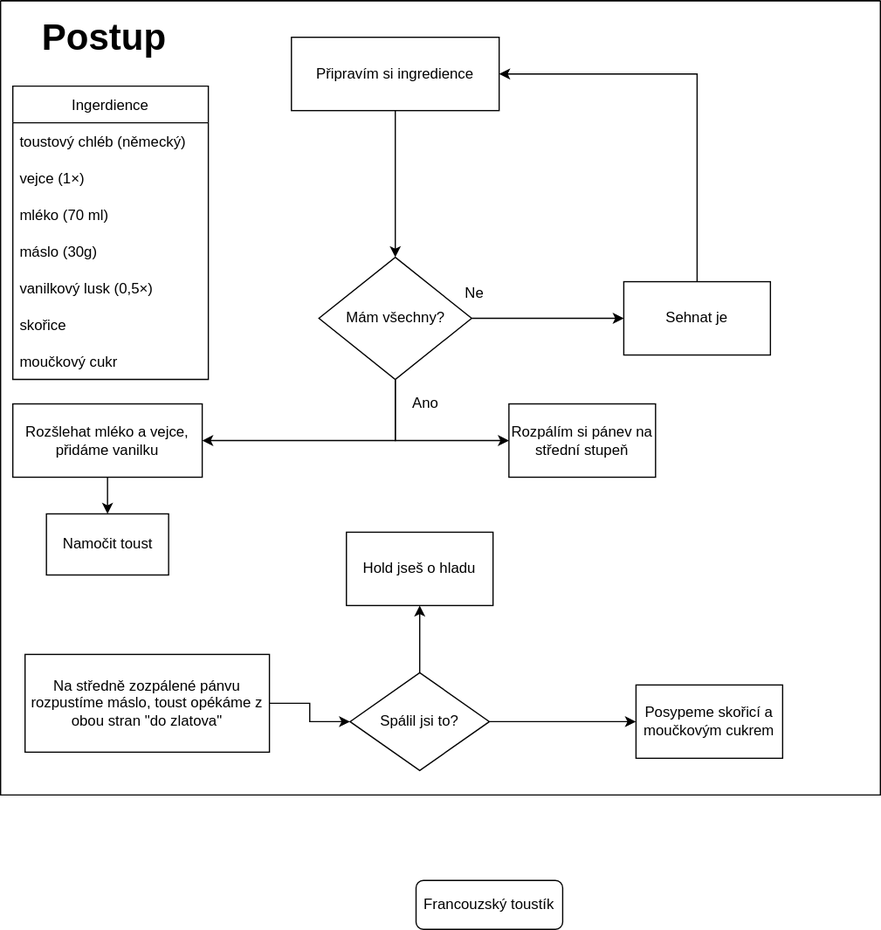
TomasKrycfalusij/diagrams.net keeps this draw.io diagram as Francouzský toustík.svg. Above is the earlier version. Source tidied: cells renumbered, new cells last; positions are measured from the earlier drawing's top-left corner, leaving out a move shared by most shapes.
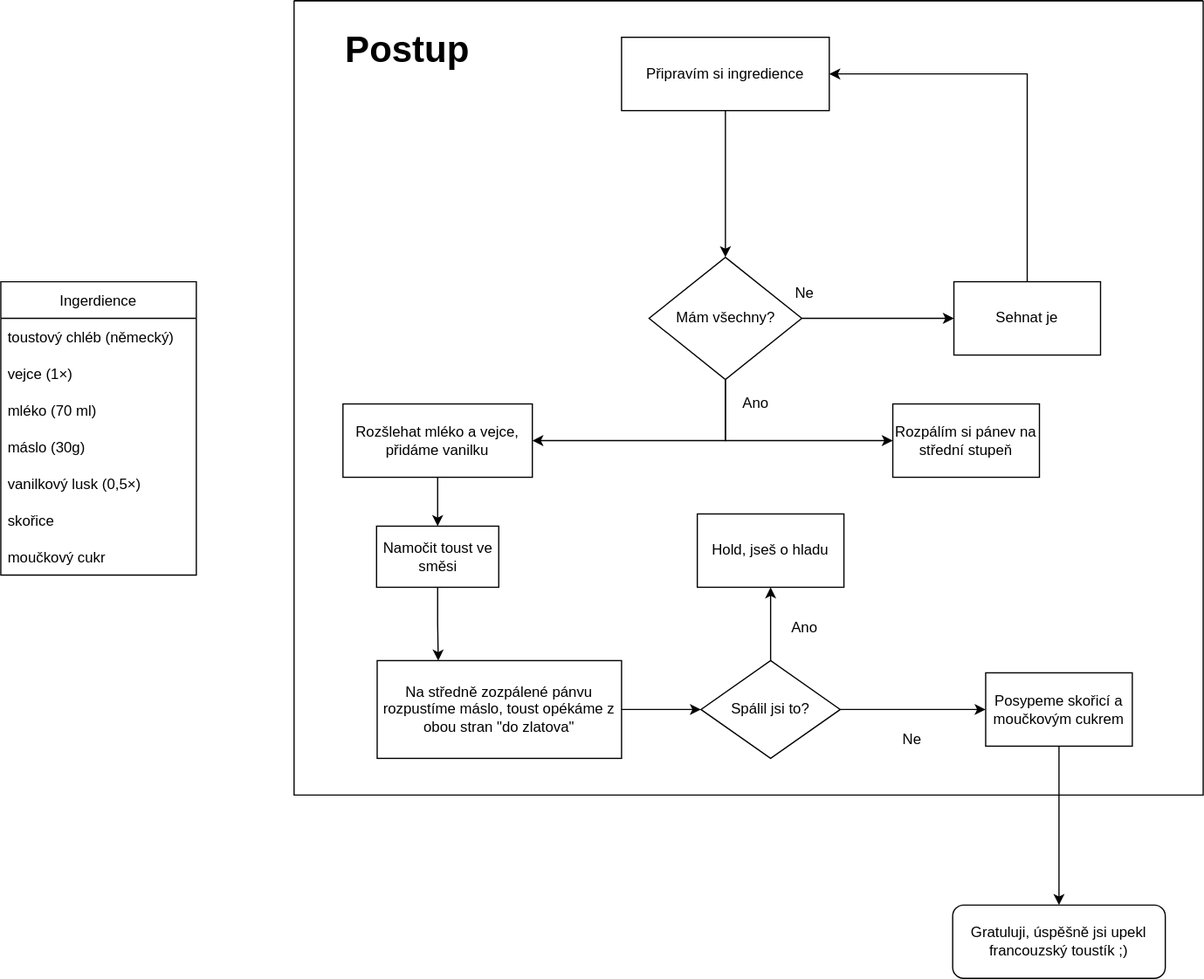
After the commit.

What changed in the source:
```diff
@@ -2,44 +2,20 @@
   <root>
     <mxCell id="0" />
     <mxCell id="1" parent="0" />
-    <mxCell id="2" value="Francouzský toustík" style="rounded=1;whiteSpace=wrap;html=1;fontSize=12;glass=0;strokeWidth=1;shadow=0;" parent="1" vertex="1">
-      <mxGeometry x="340" y="720" width="120" height="40" as="geometry" />
+    <mxCell id="2" value="Gratuluji, úspěšně jsi upekl francouzský toustík ;)" style="rounded=1;whiteSpace=wrap;html=1;fontSize=12;glass=0;strokeWidth=1;shadow=0;" parent="1" vertex="1">
+      <mxGeometry x="519" y="740" width="174" height="60" as="geometry" />
     </mxCell>
     <mxCell id="3" style="swimlane;startSize=0;" parent="1" vertex="1">
-      <mxGeometry width="720" height="650" as="geometry" />
+      <mxGeometry x="-20" width="744" height="650" as="geometry" />
     </mxCell>
-    <mxCell id="4" value="Ingerdience" style="swimlane;fontStyle=0;horizontal=1;startSize=30;" parent="3" vertex="1">
-      <mxGeometry x="10" y="70" width="160" height="240" as="geometry" />
-    </mxCell>
-    <mxCell id="5" value="toustový chléb (německý)" style="text;strokeColor=none;fillColor=none;align=left;verticalAlign=middle;spacingLeft=4;spacingRight=4;overflow=hidden;" parent="4" vertex="1">
-      <mxGeometry y="30" width="160" height="30" as="geometry" />
-    </mxCell>
-    <mxCell id="6" value="vejce (1×)" style="text;strokeColor=none;fillColor=none;align=left;verticalAlign=middle;spacingLeft=4;spacingRight=4;overflow=hidden;" parent="4" vertex="1">
-      <mxGeometry y="60" width="160" height="30" as="geometry" />
-    </mxCell>
-    <mxCell id="7" value="mléko (70 ml)" style="text;strokeColor=none;fillColor=none;align=left;verticalAlign=middle;spacingLeft=4;spacingRight=4;overflow=hidden;" parent="4" vertex="1">
-      <mxGeometry y="90" width="160" height="30" as="geometry" />
-    </mxCell>
-    <mxCell id="8" value="máslo (30g)" style="text;strokeColor=none;fillColor=none;align=left;verticalAlign=middle;spacingLeft=4;spacingRight=4;overflow=hidden;" parent="4" vertex="1">
-      <mxGeometry y="120" width="160" height="30" as="geometry" />
-    </mxCell>
-    <mxCell id="9" value="vanilkový lusk (0,5×)" style="text;strokeColor=none;fillColor=none;align=left;verticalAlign=middle;spacingLeft=4;spacingRight=4;overflow=hidden;" parent="4" vertex="1">
-      <mxGeometry y="150" width="160" height="30" as="geometry" />
-    </mxCell>
-    <mxCell id="10" value="skořice" style="text;strokeColor=none;fillColor=none;align=left;verticalAlign=middle;spacingLeft=4;spacingRight=4;overflow=hidden;" parent="4" vertex="1">
-      <mxGeometry y="180" width="160" height="30" as="geometry" />
-    </mxCell>
-    <mxCell id="11" value="moučkový cukr" style="text;strokeColor=none;fillColor=none;align=left;verticalAlign=middle;spacingLeft=4;spacingRight=4;overflow=hidden;" parent="4" vertex="1">
-      <mxGeometry y="210" width="160" height="30" as="geometry" />
-    </mxCell>
     <mxCell id="12" value="Postup" style="text;html=1;strokeColor=none;fillColor=none;align=center;verticalAlign=middle;whiteSpace=wrap;rounded=0;fontStyle=1;fontSize=30;" parent="3" vertex="1">
-      <mxGeometry x="10" y="10" width="150" height="40" as="geometry" />
+      <mxGeometry x="17.5" y="20" width="150" height="40" as="geometry" />
     </mxCell>
     <mxCell id="13" style="edgeStyle=orthogonalEdgeStyle;rounded=0;jettySize=auto;html=1;entryX=0.5;entryY=0;entryDx=0;entryDy=0;fontSize=12;" parent="3" edge="1" source="14" target="18">
       <mxGeometry relative="1" as="geometry" />
     </mxCell>
     <mxCell id="14" value="Připravím si ingredience" style="rounded=0;whiteSpace=wrap;html=1;fontSize=12;" parent="3" vertex="1">
-      <mxGeometry x="238" y="30" width="170" height="60" as="geometry" />
+      <mxGeometry x="268" y="30" width="170" height="60" as="geometry" />
     </mxCell>
     <mxCell id="15" style="edgeStyle=orthogonalEdgeStyle;rounded=0;jettySize=auto;html=1;entryX=0;entryY=0.5;entryDx=0;entryDy=0;fontSize=12;" parent="3" edge="1" source="18" target="20">
       <mxGeometry relative="1" as="geometry" />
@@ -47,7 +23,7 @@
     <mxCell id="16" style="edgeStyle=orthogonalEdgeStyle;rounded=0;jettySize=auto;html=1;entryX=1;entryY=0.5;entryDx=0;entryDy=0;fontSize=12;" parent="3" edge="1" source="18" target="23">
       <mxGeometry relative="1" as="geometry">
         <Array as="points">
-          <mxPoint x="323" y="360" />
+          <mxPoint x="353" y="360" />
         </Array>
       </mxGeometry>
     </mxCell>
@@ -55,44 +31,47 @@
       <mxGeometry relative="1" as="geometry" />
     </mxCell>
     <mxCell id="18" value="Mám všechny?" style="rhombus;whiteSpace=wrap;html=1;fontSize=12;" parent="3" vertex="1">
-      <mxGeometry x="260.5" y="210" width="125" height="100" as="geometry" />
+      <mxGeometry x="290.5" y="210" width="125" height="100" as="geometry" />
     </mxCell>
     <mxCell id="19" style="edgeStyle=orthogonalEdgeStyle;rounded=0;jettySize=auto;html=1;entryX=1;entryY=0.5;entryDx=0;entryDy=0;fontSize=12;" parent="3" edge="1" source="20" target="14">
       <mxGeometry relative="1" as="geometry">
         <Array as="points">
-          <mxPoint x="570" y="60" />
+          <mxPoint x="600" y="60" />
         </Array>
       </mxGeometry>
     </mxCell>
     <mxCell id="20" value="Sehnat je" style="rounded=0;whiteSpace=wrap;html=1;fontSize=12;" parent="3" vertex="1">
-      <mxGeometry x="510" y="230" width="120" height="60" as="geometry" />
+      <mxGeometry x="540" y="230" width="120" height="60" as="geometry" />
     </mxCell>
     <mxCell id="21" value="Ne" style="text;html=1;strokeColor=none;fillColor=none;align=center;verticalAlign=middle;whiteSpace=wrap;rounded=0;fontSize=12;" parent="3" vertex="1">
-      <mxGeometry x="368" y="230" width="40" height="20" as="geometry" />
+      <mxGeometry x="398" y="230" width="40" height="20" as="geometry" />
     </mxCell>
     <mxCell id="22" style="edgeStyle=orthogonalEdgeStyle;rounded=0;jettySize=auto;html=1;exitX=0.5;exitY=1;exitDx=0;exitDy=0;entryX=0.5;entryY=0;entryDx=0;entryDy=0;" parent="3" edge="1" source="23" target="25">
       <mxGeometry relative="1" as="geometry" />
     </mxCell>
     <mxCell id="23" value="Rozšlehat mléko a vejce, přidáme vanilku" style="rounded=0;whiteSpace=wrap;html=1;fontSize=12;" parent="3" vertex="1">
-      <mxGeometry x="10" y="330" width="155" height="60" as="geometry" />
+      <mxGeometry x="40" y="330" width="155" height="60" as="geometry" />
     </mxCell>
     <mxCell id="24" value="Ano" style="text;html=1;strokeColor=none;fillColor=none;align=center;verticalAlign=middle;whiteSpace=wrap;rounded=0;fontSize=12;" parent="3" vertex="1">
-      <mxGeometry x="328" y="320" width="40" height="20" as="geometry" />
+      <mxGeometry x="358" y="320" width="40" height="20" as="geometry" />
     </mxCell>
+    <mxCell id="34" style="edgeStyle=orthogonalEdgeStyle;rounded=0;jettySize=auto;html=1;entryX=0.25;entryY=0;entryDx=0;entryDy=0;" parent="3" edge="1" source="25" target="27">
+      <mxGeometry relative="1" as="geometry" />
+    </mxCell>
-    <mxCell id="25" value="Namočit toust" style="rounded=0;whiteSpace=wrap;html=1;" parent="3" vertex="1">
-      <mxGeometry x="37.5" y="420" width="100" height="50" as="geometry" />
+    <mxCell id="25" value="Namočit toust ve směsi" style="rounded=0;whiteSpace=wrap;html=1;" parent="3" vertex="1">
+      <mxGeometry x="67.5" y="430" width="100" height="50" as="geometry" />
     </mxCell>
     <mxCell id="26" style="edgeStyle=orthogonalEdgeStyle;rounded=0;jettySize=auto;html=1;entryX=0;entryY=0.5;entryDx=0;entryDy=0;" parent="3" edge="1" source="27" target="32">
       <mxGeometry relative="1" as="geometry" />
     </mxCell>
     <mxCell id="27" value="Na středně zozpálené pánvu rozpustíme máslo, toust opékáme z obou stran &quot;do zlatova&quot;" style="rounded=0;whiteSpace=wrap;html=1;" parent="3" vertex="1">
-      <mxGeometry x="20" y="535" width="200" height="80" as="geometry" />
+      <mxGeometry x="68" y="540" width="200" height="80" as="geometry" />
     </mxCell>
     <mxCell id="28" value="Rozpálím si pánev na střední stupeň" style="rounded=0;whiteSpace=wrap;html=1;" parent="3" vertex="1">
-      <mxGeometry x="416" y="330" width="120" height="60" as="geometry" />
+      <mxGeometry x="490" y="330" width="120" height="60" as="geometry" />
     </mxCell>
     <mxCell id="29" value="Posypeme skořicí a moučkovým cukrem" style="rounded=0;whiteSpace=wrap;html=1;" parent="3" vertex="1">
-      <mxGeometry x="520" y="560" width="120" height="60" as="geometry" />
+      <mxGeometry x="566" y="550" width="120" height="60" as="geometry" />
     </mxCell>
     <mxCell id="30" style="edgeStyle=orthogonalEdgeStyle;rounded=0;jettySize=auto;html=1;entryX=0;entryY=0.5;entryDx=0;entryDy=0;" parent="3" edge="1" source="32" target="29">
       <mxGeometry relative="1" as="geometry" />
@@ -101,10 +80,43 @@
       <mxGeometry relative="1" as="geometry" />
     </mxCell>
     <mxCell id="32" value="Spálil jsi to?" style="rhombus;whiteSpace=wrap;html=1;" parent="3" vertex="1">
-      <mxGeometry x="286" y="550" width="114" height="80" as="geometry" />
+      <mxGeometry x="333" y="540" width="114" height="80" as="geometry" />
     </mxCell>
-    <mxCell id="33" value="Hold jseš o hladu" style="rounded=0;whiteSpace=wrap;html=1;" parent="3" vertex="1">
-      <mxGeometry x="283" y="435" width="120" height="60" as="geometry" />
+    <mxCell id="33" value="Hold, jseš o hladu" style="rounded=0;whiteSpace=wrap;html=1;" parent="3" vertex="1">
+      <mxGeometry x="330" y="420" width="120" height="60" as="geometry" />
     </mxCell>
+    <mxCell id="35" value="Ano" style="text;html=1;strokeColor=none;fillColor=none;align=center;verticalAlign=middle;whiteSpace=wrap;rounded=0;" parent="3" vertex="1">
+      <mxGeometry x="391" y="500" width="54" height="25" as="geometry" />
+    </mxCell>
+    <mxCell id="36" value="Ne" style="text;html=1;strokeColor=none;fillColor=none;align=center;verticalAlign=middle;whiteSpace=wrap;rounded=0;" parent="3" vertex="1">
+      <mxGeometry x="476" y="590" width="60" height="30" as="geometry" />
+    </mxCell>
+    <mxCell id="4" value="Ingerdience" style="swimlane;fontStyle=0;horizontal=1;startSize=30;" parent="1" vertex="1">
+      <mxGeometry x="-260" y="230" width="160" height="240" as="geometry" />
+    </mxCell>
+    <mxCell id="5" value="toustový chléb (německý)" style="text;strokeColor=none;fillColor=none;align=left;verticalAlign=middle;spacingLeft=4;spacingRight=4;overflow=hidden;" parent="4" vertex="1">
+      <mxGeometry y="30" width="160" height="30" as="geometry" />
+    </mxCell>
+    <mxCell id="6" value="vejce (1×)" style="text;strokeColor=none;fillColor=none;align=left;verticalAlign=middle;spacingLeft=4;spacingRight=4;overflow=hidden;" parent="4" vertex="1">
+      <mxGeometry y="60" width="160" height="30" as="geometry" />
+    </mxCell>
+    <mxCell id="7" value="mléko (70 ml)" style="text;strokeColor=none;fillColor=none;align=left;verticalAlign=middle;spacingLeft=4;spacingRight=4;overflow=hidden;" parent="4" vertex="1">
+      <mxGeometry y="90" width="160" height="30" as="geometry" />
+    </mxCell>
+    <mxCell id="8" value="máslo (30g)" style="text;strokeColor=none;fillColor=none;align=left;verticalAlign=middle;spacingLeft=4;spacingRight=4;overflow=hidden;" parent="4" vertex="1">
+      <mxGeometry y="120" width="160" height="30" as="geometry" />
+    </mxCell>
+    <mxCell id="9" value="vanilkový lusk (0,5×)" style="text;strokeColor=none;fillColor=none;align=left;verticalAlign=middle;spacingLeft=4;spacingRight=4;overflow=hidden;" parent="4" vertex="1">
+      <mxGeometry y="150" width="160" height="30" as="geometry" />
+    </mxCell>
+    <mxCell id="10" value="skořice" style="text;strokeColor=none;fillColor=none;align=left;verticalAlign=middle;spacingLeft=4;spacingRight=4;overflow=hidden;" parent="4" vertex="1">
+      <mxGeometry y="180" width="160" height="30" as="geometry" />
+    </mxCell>
+    <mxCell id="11" value="moučkový cukr" style="text;strokeColor=none;fillColor=none;align=left;verticalAlign=middle;spacingLeft=4;spacingRight=4;overflow=hidden;" parent="4" vertex="1">
+      <mxGeometry y="210" width="160" height="30" as="geometry" />
+    </mxCell>
+    <mxCell id="37" style="edgeStyle=orthogonalEdgeStyle;rounded=0;jettySize=auto;html=1;entryX=0.5;entryY=0;entryDx=0;entryDy=0;" parent="1" edge="1" source="29" target="2">
+      <mxGeometry relative="1" as="geometry" />
+    </mxCell>
   </root>
 </mxGraphModel>
```
